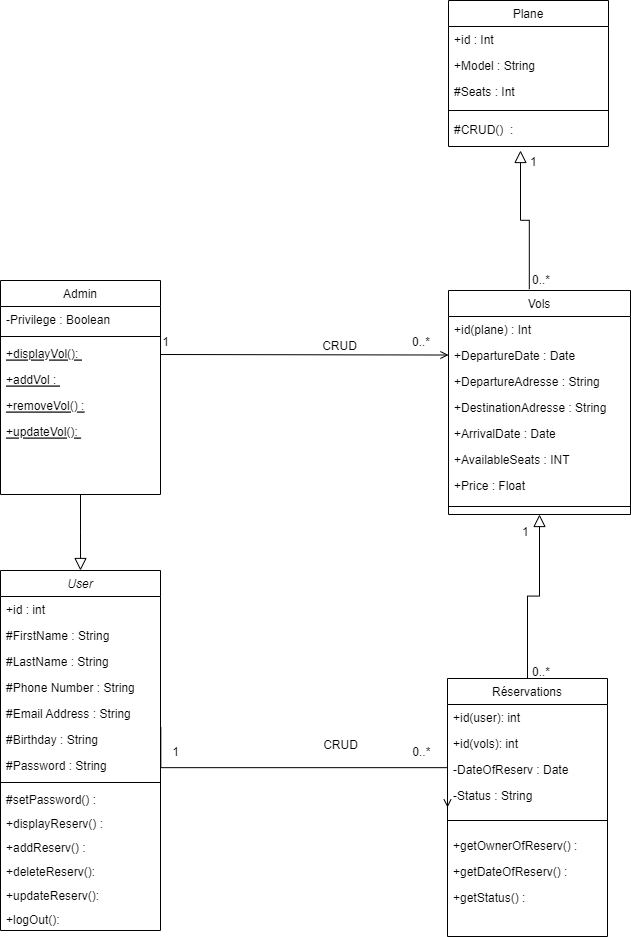
The draw.io diagram UML Conception/class diagram.png in mehdilagdimi/Flight-Resevation-Platform, before a commit. Source tidied: cells renumbered, new cells last; positions are measured from the earlier drawing's top-left corner, leaving out a move shared by most shapes.
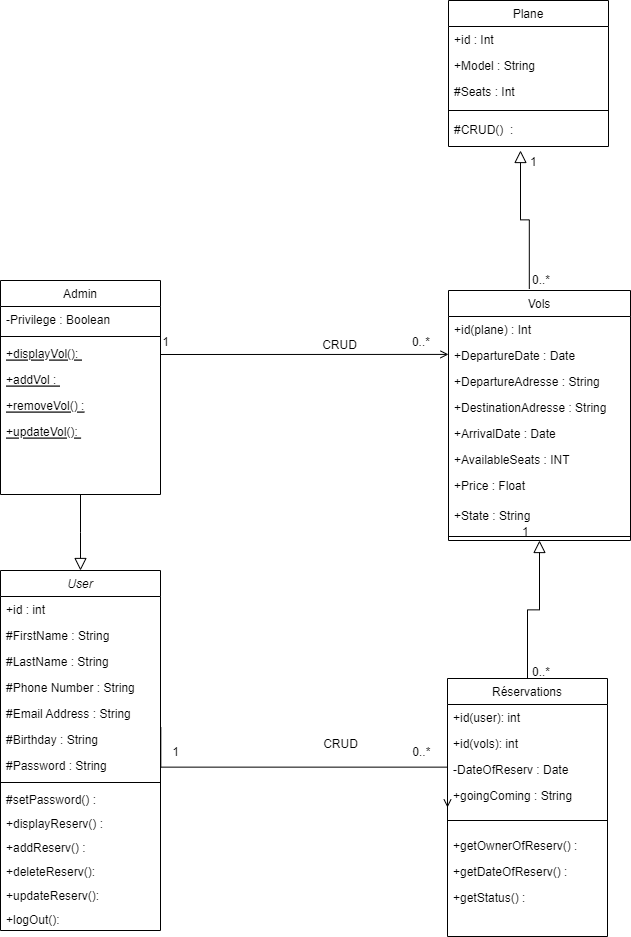
The same file after the commit.

Diff of the diagram source:
```diff
@@ -83,7 +83,7 @@
     <mxCell id="28" value="-DateOfReserv : Date" style="text;align=left;verticalAlign=top;spacingLeft=4;spacingRight=4;overflow=hidden;" parent="25" vertex="1">
       <mxGeometry y="78" width="160" height="26" as="geometry" />
     </mxCell>
-    <mxCell id="29" value="-Status : String" style="text;align=left;verticalAlign=top;spacingLeft=4;spacingRight=4;overflow=hidden;" parent="25" vertex="1">
+    <mxCell id="29" value="+goingComing : String" style="text;align=left;verticalAlign=top;spacingLeft=4;spacingRight=4;overflow=hidden;" parent="25" vertex="1">
       <mxGeometry y="104" width="160" height="26" as="geometry" />
     </mxCell>
     <mxCell id="30" style="line;html=1;strokeWidth=1;align=left;verticalAlign=middle;spacingTop=-1;spacingLeft=3;spacingRight=3;labelPosition=right;" parent="25" vertex="1">
@@ -99,7 +99,7 @@
       <mxGeometry y="206" width="160" height="26" as="geometry" />
     </mxCell>
     <mxCell id="34" value="Vols" style="swimlane;fontStyle=0;align=center;verticalAlign=top;horizontal=1;startSize=26;rounded=0;shadow=0;strokeWidth=1;" parent="1" vertex="1">
-      <mxGeometry x="448" y="290" width="182" height="224" as="geometry" />
+      <mxGeometry x="448" y="290" width="182" height="250" as="geometry" />
     </mxCell>
     <mxCell id="35" value="+id(plane) : Int" style="text;align=left;verticalAlign=top;spacingLeft=4;spacingRight=4;overflow=hidden;" parent="34" vertex="1">
       <mxGeometry y="26" width="182" height="26" as="geometry" />
@@ -122,8 +122,11 @@
     <mxCell id="41" value="+Price : Float" style="text;align=left;verticalAlign=top;spacingLeft=4;spacingRight=4;overflow=hidden;rounded=0;shadow=0;html=0;" parent="34" vertex="1">
       <mxGeometry y="182" width="182" height="30" as="geometry" />
     </mxCell>
+    <mxCell id="63" value="+State : String" style="text;align=left;verticalAlign=top;spacingLeft=4;spacingRight=4;overflow=hidden;rounded=0;shadow=0;html=0;" parent="34" vertex="1">
+      <mxGeometry y="212" width="182" height="30" as="geometry" />
+    </mxCell>
     <mxCell id="42" style="line;html=1;strokeWidth=1;align=left;verticalAlign=middle;spacingTop=-1;spacingLeft=3;spacingRight=3;labelPosition=right;" parent="34" vertex="1">
-      <mxGeometry y="212" width="182" height="8" as="geometry" />
+      <mxGeometry y="242" width="182" height="8" as="geometry" />
     </mxCell>
     <mxCell id="43" style="endArrow=open;shadow=0;strokeWidth=1;rounded=0;endFill=1;edgeStyle=elbowEdgeStyle;elbow=vertical;" parent="1" edge="1">
       <mxGeometry x="0.5" y="41" relative="1" as="geometry">
```
